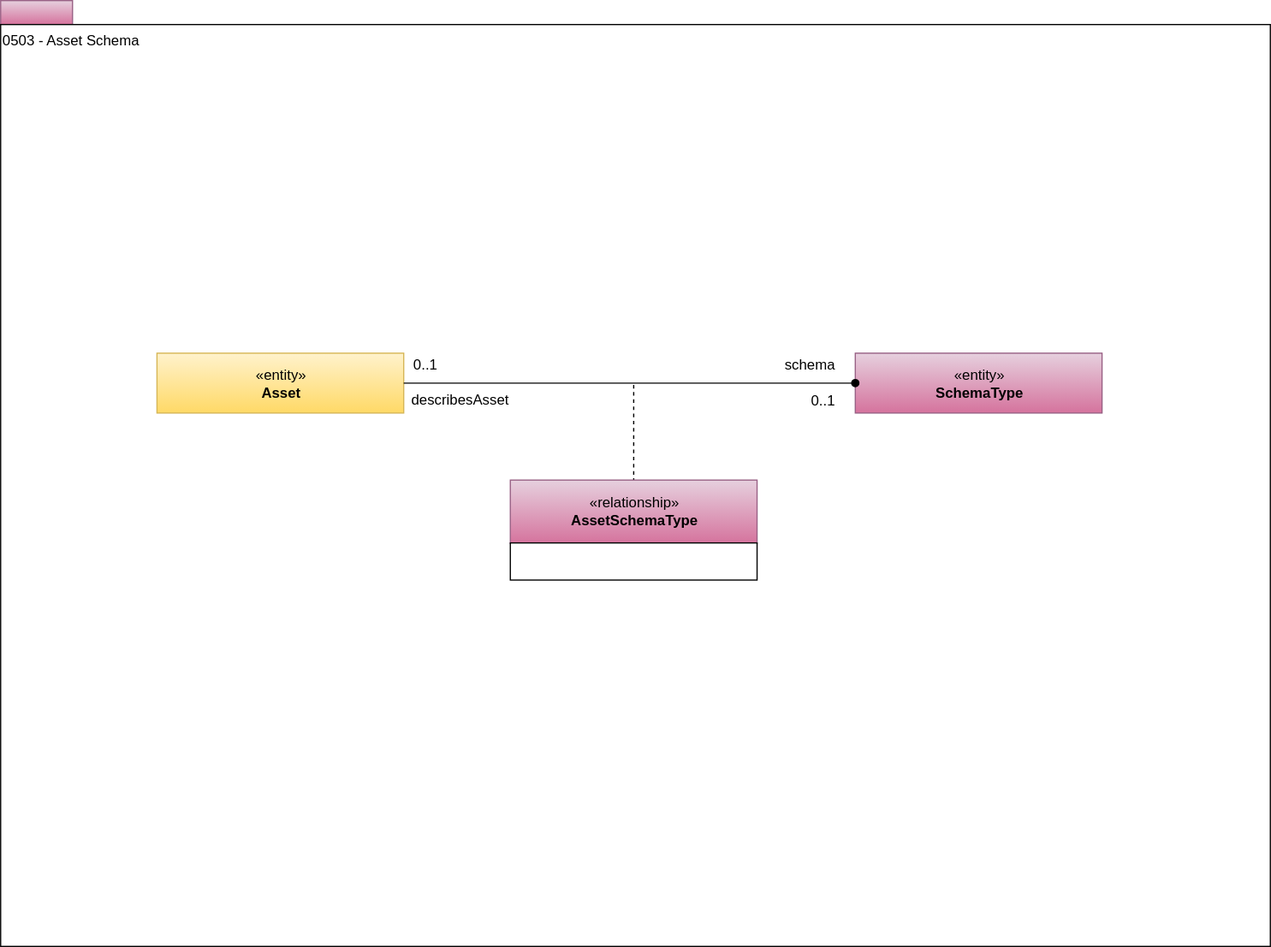
Above: site/docs/types/5/0503-Asset-Schema.svg in odpi/egeria-docs (draw.io), before the change. Source tidied: cells renumbered, new cells last; positions are measured from the earlier drawing's top-left corner, leaving out a move shared by most shapes.
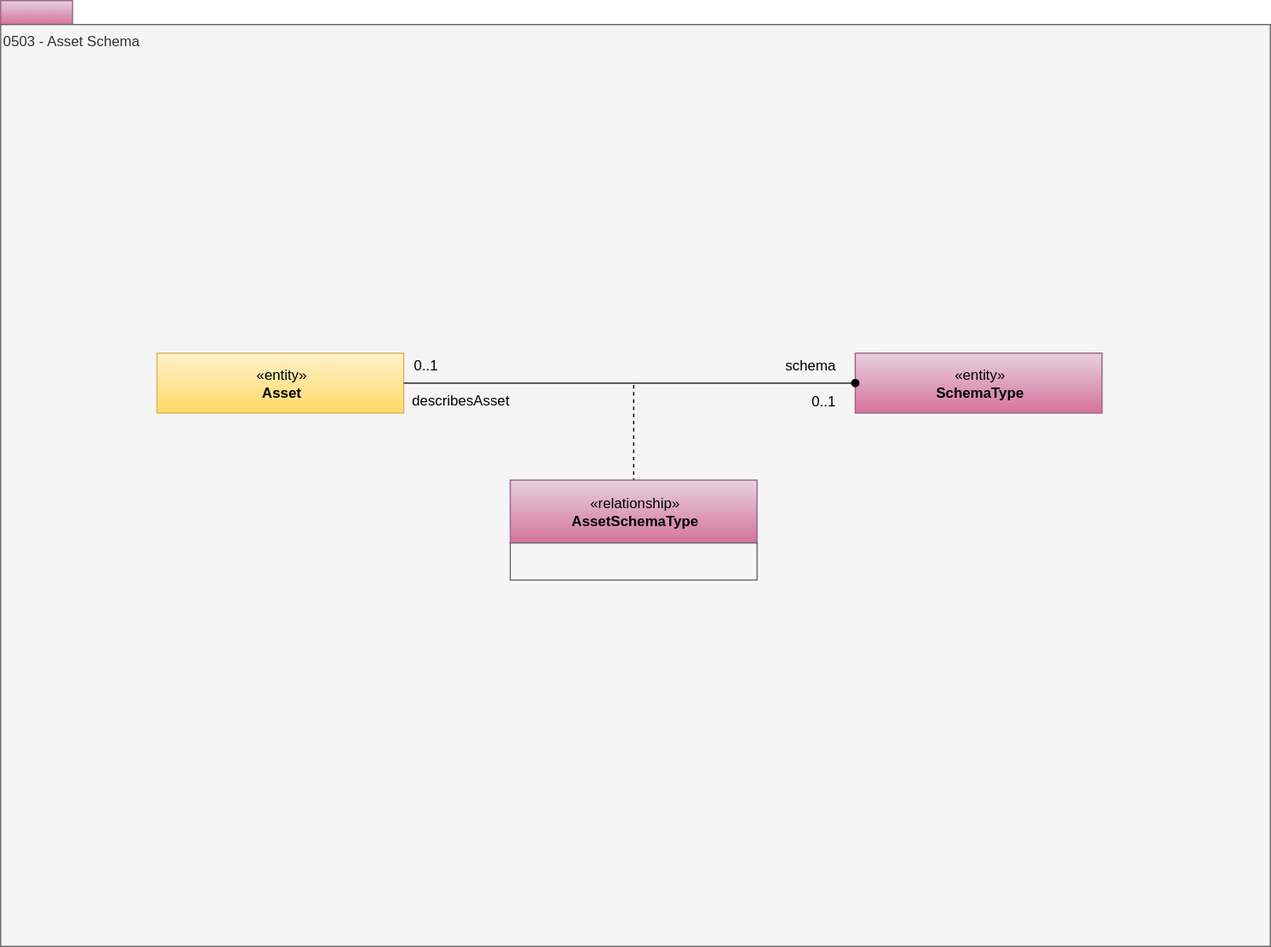
After the commit.

Change to the diagram source:
```diff
@@ -5,7 +5,7 @@
     <mxCell id="2" style="rounded=0;whiteSpace=wrap;html=1;align=left;fillColor=#e6d0de;strokeColor=#996185;gradientColor=#d5739d;" parent="1" vertex="1">
       <mxGeometry width="60" height="20" as="geometry" />
     </mxCell>
-    <mxCell id="3" value="0503 - Asset Schema" style="rounded=0;whiteSpace=wrap;html=1;align=left;verticalAlign=top;" parent="1" vertex="1">
+    <mxCell id="3" value="0503 - Asset Schema" style="rounded=0;whiteSpace=wrap;html=1;align=left;verticalAlign=top;fillColor=#f5f5f5;fontColor=#333333;strokeColor=#666666;" parent="1" vertex="1">
       <mxGeometry y="20" width="1060" height="770" as="geometry" />
     </mxCell>
     <mxCell id="4" value="«entity»&lt;br&gt;&lt;b&gt;Asset&lt;/b&gt;" style="html=1;strokeColor=#d6b656;align=center;fillColor=#fff2cc;gradientColor=#ffd966;" parent="1" vertex="1">
@@ -14,7 +14,7 @@
     <mxCell id="5" value="«entity»&lt;br&gt;&lt;b&gt;SchemaType&lt;/b&gt;" style="html=1;strokeColor=#996185;align=center;fillColor=#e6d0de;gradientColor=#d5739d;" parent="1" vertex="1">
       <mxGeometry x="713.5" y="294.5" width="206" height="50" as="geometry" />
     </mxCell>
-    <mxCell id="6" style="endArrow=none;dashed=1;html=1;" parent="1" edge="1" target="13">
+    <mxCell id="6" style="endArrow=none;dashed=1;html=1;" parent="1" edge="1" target="12">
       <mxGeometry relative="1" as="geometry">
         <mxPoint x="528.5" y="321" as="sourcePoint" />
       </mxGeometry>
@@ -34,14 +34,11 @@
     <mxCell id="11" style="endArrow=oval;html=1;entryX=0;entryY=0.5;exitX=1;exitY=0.5;endFill=1;" parent="1" edge="1" source="4" target="5">
       <mxGeometry relative="1" as="geometry" />
     </mxCell>
-    <mxCell id="12" style="group;" parent="1" vertex="1">
-      <mxGeometry x="425.5" y="400.5" width="206" height="83.5" as="geometry" />
+    <mxCell id="12" value="«relationship»&lt;br&gt;&lt;b&gt;AssetSchemaType&lt;/b&gt;" style="html=1;strokeColor=#996185;align=center;fillColor=#e6d0de;gradientColor=#d5739d;" parent="1" vertex="1">
+      <mxGeometry x="425.5" y="400.5" width="206" height="53" as="geometry" />
     </mxCell>
-    <mxCell id="13" value="«relationship»&lt;br&gt;&lt;b&gt;AssetSchemaType&lt;/b&gt;" style="html=1;strokeColor=#996185;align=center;fillColor=#e6d0de;gradientColor=#d5739d;" parent="12" vertex="1">
-      <mxGeometry width="206" height="53" as="geometry" />
+    <mxCell id="13" style="rounded=0;whiteSpace=wrap;html=1;strokeColor=#666666;align=left;fillColor=#f5f5f5;fontColor=#333333;" parent="1" vertex="1">
+      <mxGeometry x="425.5" y="453" width="206" height="31" as="geometry" />
     </mxCell>
-    <mxCell id="14" style="rounded=0;whiteSpace=wrap;html=1;strokeColor=#000000;align=left;fillColor=#ffffff;" parent="12" vertex="1">
-      <mxGeometry y="52.5" width="206" height="31" as="geometry" />
-    </mxCell>
   </root>
 </mxGraphModel>
```
